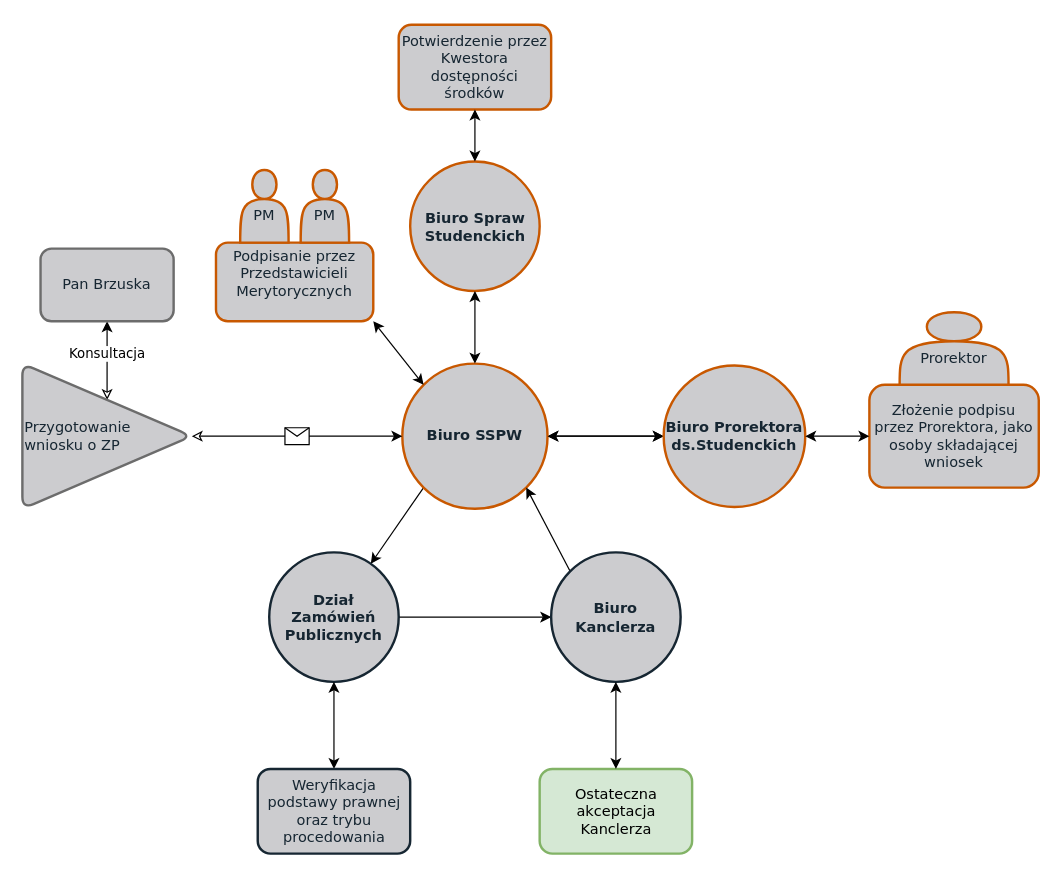
WelfareUnit/rysunki keeps this draw.io diagram as Rysunek ZP.drawio. Above is the earlier version. Source tidied: cells renumbered, new cells numbered last; positions are measured from the earlier drawing's top-left corner, leaving out a move shared by most shapes. Both pictures are drawn from the tidied source at 121%, with x=0, y=0 at pixel (22, 24).
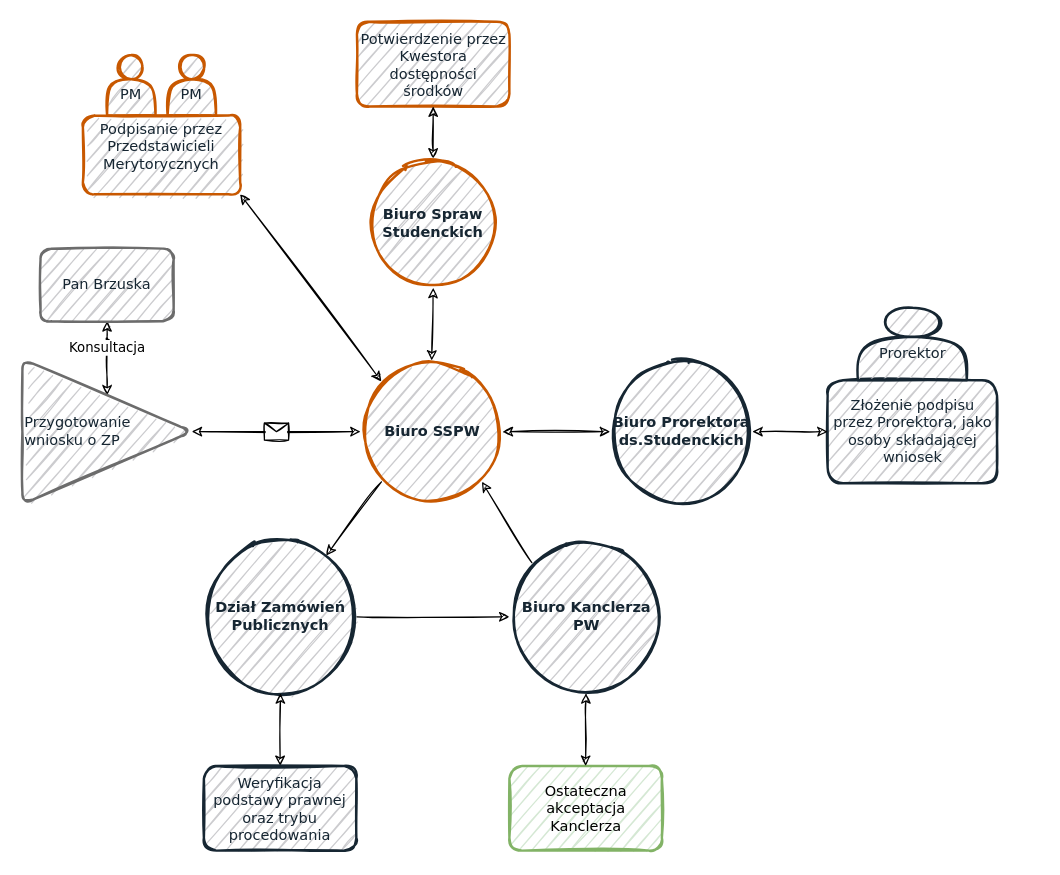
The same diagram, later.

Diff of the diagram source:
```diff
@@
-    <mxCell id="2" value="&lt;div style=&quot;font-size: 11px;&quot;&gt;Konsultacja&lt;/div&gt;" style="edgeStyle=orthogonalEdgeStyle;rounded=0;jettySize=auto;html=1;exitX=0.5;exitY=0;exitDx=0;exitDy=0;entryX=0.5;entryY=1;entryDx=0;entryDy=0;fontFamily=Verdana;startArrow=classic;startFill=0;fontSize=11;" parent="1" edge="1" source="3" target="7">
+    <mxCell id="2" value="&lt;div style=&quot;font-size: 11px;&quot;&gt;Konsultacja&lt;/div&gt;" style="edgeStyle=orthogonalEdgeStyle;jettySize=auto;html=1;exitX=0.5;exitY=0;exitDx=0;exitDy=0;entryX=0.5;entryY=1;entryDx=0;entryDy=0;fontFamily=Verdana;startArrow=classic;startFill=0;fontSize=11;sketch=1;" parent="1" edge="1" source="3" target="7">
       <mxGeometry relative="1" as="geometry" />
     </mxCell>
-    <mxCell id="3" value="Przygotowanie wniosku o ZP" style="triangle;whiteSpace=wrap;html=1;fontFamily=Verdana;align=left;strokeWidth=2;rounded=1;fillColor=#cccccf;strokeColor=#6C6C6C;fontColor=#162632;" parent="1" vertex="1">
-      <mxGeometry y="280" width="140" height="120" as="geometry" />
+    <mxCell id="3" value="Przygotowanie wniosku o ZP" style="triangle;whiteSpace=wrap;html=1;fontFamily=Verdana;align=left;strokeWidth=2;fillColor=#cccccf;strokeColor=#6C6C6C;fontColor=#162632;rounded=1;sketch=1;" parent="1" vertex="1">
+      <mxGeometry y="276.2" width="140" height="120" as="geometry" />
     </mxCell>
-    <mxCell id="4" style="edgeStyle=none;jettySize=auto;html=1;fontFamily=Verdana;fontSize=12;fontColor=#162632;startArrow=classic;" parent="1" edge="1" source="6" target="17">
-      <mxGeometry relative="1" as="geometry" />
-    </mxCell>
-    <mxCell id="5" style="edgeStyle=none;jettySize=auto;html=1;exitX=0;exitY=1;exitDx=0;exitDy=0;fontFamily=Verdana;fontSize=12;fontColor=#162632;startArrow=none;startFill=0;" parent="1" edge="1" source="6" target="22">
+    <mxCell id="5" style="edgeStyle=none;jettySize=auto;html=1;exitX=0;exitY=1;exitDx=0;exitDy=0;fontFamily=Verdana;fontSize=12;fontColor=#162632;startArrow=none;startFill=0;sketch=1;" parent="1" edge="1" source="6" target="22">
       <mxGeometry relative="1" as="geometry" />
     </mxCell>
-    <mxCell id="6" value="&lt;div style=&quot;font-size: 12px;&quot;&gt;Biuro SSPW&lt;br style=&quot;font-size: 12px;&quot;&gt;&lt;/div&gt;" style="ellipse;whiteSpace=wrap;html=1;rounded=1;fontFamily=Verdana;fontSize=12;strokeWidth=2;fillColor=#CCCCCF;align=center;strokeColor=#C85800;fontStyle=1;fontColor=#162632;" parent="1" vertex="1">
-      <mxGeometry x="314" y="280" width="120" height="120" as="geometry" />
+    <mxCell id="6" value="&lt;div style=&quot;font-size: 12px;&quot;&gt;Biuro SSPW&lt;br style=&quot;font-size: 12px;&quot;&gt;&lt;/div&gt;" style="ellipse;whiteSpace=wrap;html=1;fontFamily=Verdana;fontSize=12;strokeWidth=2;fillColor=#CCCCCF;align=center;strokeColor=#C85800;fontStyle=1;fontColor=#162632;rounded=1;sketch=1;" parent="1" vertex="1">
+      <mxGeometry x="279.5" y="277.5" width="117.5" height="117.5" as="geometry" />
     </mxCell>
-    <mxCell id="7" value="Pan Brzuska" style="rounded=1;whiteSpace=wrap;html=1;fontFamily=Verdana;fontSize=12;strokeColor=#6C6C6C;strokeWidth=2;fillColor=#CCCCCF;align=center;fontColor=#162632;" parent="1" vertex="1">
+    <mxCell id="7" value="Pan Brzuska" style="whiteSpace=wrap;html=1;fontFamily=Verdana;fontSize=12;strokeColor=#6C6C6C;strokeWidth=2;fillColor=#CCCCCF;align=center;fontColor=#162632;rounded=1;sketch=1;" parent="1" vertex="1">
       <mxGeometry x="15" y="185" width="110" height="60" as="geometry" />
     </mxCell>
-    <mxCell id="8" style="endArrow=classic;html=1;fontFamily=Verdana;fontSize=12;fontColor=#162632;exitX=1;exitY=0.5;exitDx=0;exitDy=0;entryX=0;entryY=0.5;entryDx=0;entryDy=0;startArrow=classic;startFill=0;" parent="1" edge="1" source="3" target="6">
+    <mxCell id="8" style="endArrow=classic;html=1;fontFamily=Verdana;fontSize=12;fontColor=#162632;exitX=1;exitY=0.5;exitDx=0;exitDy=0;entryX=0;entryY=0.5;entryDx=0;entryDy=0;startArrow=classic;startFill=0;sketch=1;" parent="1" edge="1" source="3" target="6">
       <mxGeometry relative="1" as="geometry" />
     </mxCell>
-    <mxCell id="9" style="shape=message;html=1;" parent="8" vertex="1">
+    <mxCell id="9" style="shape=message;html=1;rounded=1;sketch=1;" parent="8" vertex="1">
       <mxGeometry width="20" height="14" relative="1" as="geometry">
         <mxPoint x="-10" y="-7" as="offset" />
       </mxGeometry>
     </mxCell>
-    <mxCell id="10" style="endArrow=classic;startArrow=classic;html=1;fontFamily=Verdana;fontSize=12;fontColor=#162632;entryX=1;entryY=1;entryDx=0;entryDy=0;exitX=0;exitY=0;exitDx=0;exitDy=0;" parent="1" edge="1" source="6" target="11">
+    <mxCell id="10" style="endArrow=classic;startArrow=classic;html=1;fontFamily=Verdana;fontSize=12;fontColor=#162632;entryX=1;entryY=1;entryDx=0;entryDy=0;exitX=0;exitY=0;exitDx=0;exitDy=0;sketch=1;" parent="1" edge="1" source="6" target="11">
       <mxGeometry relative="1" as="geometry" />
     </mxCell>
-    <mxCell id="11" value="&#10;Podpisanie przez Przedstawicieli Merytorycznych&#10;&#10;" style="rounded=1;whiteSpace=wrap;html=1;fontFamily=Verdana;fontSize=12;fontColor=#162632;strokeWidth=2;fillColor=#CCCCCF;align=center;strokeColor=#C85800;labelPosition=center;verticalLabelPosition=middle;verticalAlign=middle;" parent="1" vertex="1">
-      <mxGeometry x="160" y="180" width="130" height="65" as="geometry" />
+    <mxCell id="11" value="&#10;Podpisanie przez Przedstawicieli Merytorycznych&#10;&#10;" style="whiteSpace=wrap;html=1;fontFamily=Verdana;fontSize=12;fontColor=#162632;strokeWidth=2;fillColor=#CCCCCF;align=center;strokeColor=#C85800;labelPosition=center;verticalLabelPosition=middle;verticalAlign=middle;rounded=1;sketch=1;" parent="1" vertex="1">
+      <mxGeometry x="50" y="75" width="130" height="65" as="geometry" />
     </mxCell>
-    <mxCell id="12" style="endArrow=classic;startArrow=classic;html=1;fontFamily=Verdana;fontSize=12;fontColor=#162632;entryX=1;entryY=0.5;entryDx=0;entryDy=0;exitX=0;exitY=0.5;exitDx=0;exitDy=0;" parent="1" edge="1" source="17" target="6">
+    <mxCell id="12" style="endArrow=classic;startArrow=classic;html=1;fontFamily=Verdana;fontSize=12;fontColor=#162632;entryX=1;entryY=0.5;entryDx=0;entryDy=0;exitX=0;exitY=0.5;exitDx=0;exitDy=0;sketch=1;" parent="1" edge="1" source="17" target="6">
       <mxGeometry relative="1" as="geometry" />
     </mxCell>
-    <mxCell id="13" value="Biuro Spraw Studenckich" style="ellipse;whiteSpace=wrap;html=1;rounded=1;fontFamily=Verdana;fontSize=12;fontColor=#162632;strokeColor=#C85800;strokeWidth=2;fillColor=#CCCCCF;align=center;fontStyle=1;" parent="1" vertex="1">
-      <mxGeometry x="320.5" y="113" width="107" height="107" as="geometry" />
+    <mxCell id="13" value="Biuro Spraw Studenckich" style="ellipse;whiteSpace=wrap;html=1;fontFamily=Verdana;fontSize=12;fontColor=#162632;strokeColor=#C85800;strokeWidth=2;fillColor=#CCCCCF;align=center;fontStyle=1;rounded=1;sketch=1;" parent="1" vertex="1">
+      <mxGeometry x="286" y="110.5" width="107" height="107" as="geometry" />
     </mxCell>
-    <mxCell id="14" style="endArrow=classic;startArrow=classic;html=1;fontFamily=Verdana;fontSize=12;fontColor=#162632;exitX=0.5;exitY=0;exitDx=0;exitDy=0;entryX=0.5;entryY=1;entryDx=0;entryDy=0;" parent="1" edge="1" source="6" target="13">
+    <mxCell id="14" style="endArrow=classic;startArrow=classic;html=1;fontFamily=Verdana;fontSize=12;fontColor=#162632;exitX=0.5;exitY=0;exitDx=0;exitDy=0;entryX=0.5;entryY=1;entryDx=0;entryDy=0;sketch=1;" parent="1" edge="1" source="6" target="13">
       <mxGeometry relative="1" as="geometry" />
     </mxCell>
-    <mxCell id="15" value="Potwierdzenie przez Kwestora dostępności środków" style="rounded=1;whiteSpace=wrap;html=1;fontFamily=Verdana;fontSize=12;fontColor=#162632;strokeColor=#C85800;strokeWidth=2;fillColor=#CCCCCF;align=center;" parent="1" vertex="1">
-      <mxGeometry x="311" width="126" height="70" as="geometry" />
+    <mxCell id="15" value="Potwierdzenie przez Kwestora dostępności środków" style="whiteSpace=wrap;html=1;fontFamily=Verdana;fontSize=12;fontColor=#162632;strokeColor=#C85800;strokeWidth=2;fillColor=#CCCCCF;align=center;rounded=1;sketch=1;" parent="1" vertex="1">
+      <mxGeometry x="276.5" y="-2.5" width="126" height="70" as="geometry" />
     </mxCell>
-    <mxCell id="16" style="endArrow=classic;startArrow=classic;html=1;fontFamily=Verdana;fontSize=12;fontColor=#162632;exitX=0.5;exitY=0;exitDx=0;exitDy=0;entryX=0.5;entryY=1;entryDx=0;entryDy=0;" parent="1" edge="1" source="13" target="15">
+    <mxCell id="16" style="endArrow=classic;startArrow=classic;html=1;fontFamily=Verdana;fontSize=12;fontColor=#162632;exitX=0.5;exitY=0;exitDx=0;exitDy=0;entryX=0.5;entryY=1;entryDx=0;entryDy=0;sketch=1;" parent="1" edge="1" source="13" target="15">
       <mxGeometry relative="1" as="geometry" />
     </mxCell>
-    <mxCell id="17" value="Biuro Prorektora ds.Studenckich" style="ellipse;whiteSpace=wrap;html=1;rounded=1;fontFamily=Verdana;fontSize=12;fontColor=#162632;strokeColor=#C85800;strokeWidth=2;fillColor=#CCCCCF;align=center;fontStyle=1;" parent="1" vertex="1">
-      <mxGeometry x="530" y="281.5" width="117" height="117" as="geometry" />
-    </mxCell>
-    <mxCell id="18" value="Złożenie podpisu przez Prorektora, jako osoby składającej wniosek" style="rounded=1;whiteSpace=wrap;html=1;fontFamily=Verdana;fontSize=12;fontColor=#162632;strokeColor=#C85800;strokeWidth=2;fillColor=#CCCCCF;align=center;" parent="1" vertex="1">
-      <mxGeometry x="700" y="297.5" width="140" height="85" as="geometry" />
+    <mxCell id="18" value="Złożenie podpisu przez Prorektora, jako osoby składającej wniosek" style="whiteSpace=wrap;html=1;fontFamily=Verdana;fontSize=12;fontColor=#162632;strokeWidth=2;fillColor=#CCCCCF;align=center;strokeColor=#162632;rounded=1;sketch=1;" parent="1" vertex="1">
+      <mxGeometry x="665.5" y="293.8" width="140" height="85" as="geometry" />
     </mxCell>
-    <mxCell id="19" style="endArrow=classic;startArrow=classic;html=1;fontFamily=Verdana;fontSize=12;fontColor=#162632;entryX=1;entryY=0.5;entryDx=0;entryDy=0;exitX=0;exitY=0.5;exitDx=0;exitDy=0;" parent="1" edge="1" source="18" target="17">
-      <mxGeometry relative="1" as="geometry" />
-    </mxCell>
-    <mxCell id="20" value="&lt;div&gt;&lt;br&gt;&lt;/div&gt;&lt;div&gt;Prorektor&lt;/div&gt;" style="shape=actor;whiteSpace=wrap;html=1;rounded=1;fontFamily=Verdana;fontSize=12;fontColor=#162632;strokeColor=#C85800;strokeWidth=2;fillColor=#CCCCCF;align=center;" parent="1" vertex="1">
-      <mxGeometry x="725" y="237.5" width="90" height="60" as="geometry" />
+    <mxCell id="20" value="&lt;div&gt;&lt;br&gt;&lt;/div&gt;&lt;div&gt;Prorektor&lt;/div&gt;" style="shape=actor;whiteSpace=wrap;html=1;fontFamily=Verdana;fontSize=12;fontColor=#162632;strokeWidth=2;fillColor=#CCCCCF;align=center;strokeColor=#162632;rounded=1;sketch=1;" parent="1" vertex="1">
+      <mxGeometry x="690.5" y="233.8" width="90" height="60" as="geometry" />
     </mxCell>
-    <mxCell id="21" style="edgeStyle=none;jettySize=auto;html=1;exitX=1;exitY=0.5;exitDx=0;exitDy=0;entryX=0;entryY=0.5;entryDx=0;entryDy=0;fontFamily=Verdana;fontSize=12;fontColor=#162632;startArrow=none;startFill=0;" parent="1" edge="1" source="22" target="24">
+    <mxCell id="21" style="edgeStyle=none;jettySize=auto;html=1;exitX=1;exitY=0.5;exitDx=0;exitDy=0;entryX=0;entryY=0.5;entryDx=0;entryDy=0;fontFamily=Verdana;fontSize=12;fontColor=#162632;startArrow=none;startFill=0;sketch=1;" parent="1" edge="1" source="22" target="31">
       <mxGeometry relative="1" as="geometry" />
     </mxCell>
-    <mxCell id="22" value="Dział Zamówień Publicznych" style="ellipse;whiteSpace=wrap;html=1;rounded=1;fontFamily=Verdana;fontSize=12;fontColor=#162632;strokeWidth=2;fillColor=#CCCCCF;align=center;fontStyle=1;strokeColor=#162632;" parent="1" vertex="1">
-      <mxGeometry x="204" y="436" width="107" height="107" as="geometry" />
+    <mxCell id="22" value="Dział Zamówień Publicznych" style="ellipse;whiteSpace=wrap;html=1;fontFamily=Verdana;fontSize=12;fontColor=#162632;strokeWidth=2;fillColor=#CCCCCF;align=center;fontStyle=1;strokeColor=#162632;rounded=1;sketch=1;" parent="1" vertex="1">
+      <mxGeometry x="150" y="426" width="126.5" height="126.5" as="geometry" />
     </mxCell>
-    <mxCell id="23" style="edgeStyle=none;jettySize=auto;html=1;exitX=0;exitY=0;exitDx=0;exitDy=0;entryX=1;entryY=1;entryDx=0;entryDy=0;fontFamily=Verdana;fontSize=12;fontColor=#162632;startArrow=none;startFill=0;" parent="1" edge="1" source="24" target="6">
+    <mxCell id="23" style="edgeStyle=none;jettySize=auto;html=1;exitX=0;exitY=0;exitDx=0;exitDy=0;entryX=1;entryY=1;entryDx=0;entryDy=0;fontFamily=Verdana;fontSize=12;fontColor=#162632;startArrow=none;startFill=0;sketch=1;" parent="1" edge="1" source="31" target="6">
       <mxGeometry relative="1" as="geometry" />
     </mxCell>
-    <mxCell id="24" value="Biuro Kanclerza" style="ellipse;whiteSpace=wrap;html=1;rounded=1;fontFamily=Verdana;fontSize=12;fontColor=#162632;strokeWidth=2;fillColor=#CCCCCF;align=center;fontStyle=1;strokeColor=#162632;" parent="1" vertex="1">
-      <mxGeometry x="437" y="436" width="107" height="107" as="geometry" />
-    </mxCell>
-    <mxCell id="25" value="&lt;div&gt;&lt;br&gt;&lt;/div&gt;&lt;div&gt;PM&lt;/div&gt;" style="shape=actor;whiteSpace=wrap;html=1;rounded=1;fontFamily=Verdana;fontSize=12;fontColor=#162632;strokeColor=#C85800;strokeWidth=2;fillColor=#CCCCCF;align=center;" parent="1" vertex="1">
-      <mxGeometry x="230" y="120" width="40" height="60" as="geometry" />
+    <mxCell id="25" value="&lt;div&gt;&lt;br&gt;&lt;/div&gt;&lt;div&gt;PM&lt;/div&gt;" style="shape=actor;whiteSpace=wrap;html=1;fontFamily=Verdana;fontSize=12;fontColor=#162632;strokeColor=#C85800;strokeWidth=2;fillColor=#CCCCCF;align=center;rounded=1;sketch=1;" parent="1" vertex="1">
+      <mxGeometry x="120" y="25" width="40" height="50" as="geometry" />
     </mxCell>
-    <mxCell id="26" value="&lt;div&gt;&lt;br&gt;&lt;/div&gt;&lt;div&gt;PM&lt;/div&gt;" style="shape=actor;whiteSpace=wrap;html=1;rounded=1;fontFamily=Verdana;fontSize=12;fontColor=#162632;strokeColor=#C85800;strokeWidth=2;fillColor=#CCCCCF;align=center;" parent="1" vertex="1">
-      <mxGeometry x="180" y="120" width="40" height="60" as="geometry" />
+    <mxCell id="26" value="&lt;div&gt;&lt;br&gt;&lt;/div&gt;&lt;div&gt;PM&lt;/div&gt;" style="shape=actor;whiteSpace=wrap;html=1;fontFamily=Verdana;fontSize=12;fontColor=#162632;strokeColor=#C85800;strokeWidth=2;fillColor=#CCCCCF;align=center;rounded=1;sketch=1;" parent="1" vertex="1">
+      <mxGeometry x="70" y="25" width="40" height="50" as="geometry" />
     </mxCell>
-    <mxCell id="27" value="Ostateczna akceptacja Kanclerza" style="rounded=1;whiteSpace=wrap;html=1;fontFamily=Verdana;fontSize=12;strokeColor=#82b366;strokeWidth=2;fillColor=#d5e8d4;align=center;" parent="1" vertex="1">
-      <mxGeometry x="427.5" y="615" width="126" height="70" as="geometry" />
+    <mxCell id="27" value="Ostateczna akceptacja Kanclerza" style="whiteSpace=wrap;html=1;fontFamily=Verdana;fontSize=12;strokeColor=#82b366;strokeWidth=2;fillColor=#d5e8d4;align=center;rounded=1;sketch=1;" parent="1" vertex="1">
+      <mxGeometry x="402.5" y="612.5" width="126" height="70" as="geometry" />
     </mxCell>
-    <mxCell id="28" style="endArrow=classic;startArrow=classic;html=1;fontFamily=Verdana;fontSize=12;fontColor=#162632;exitX=0.5;exitY=1;exitDx=0;exitDy=0;entryX=0.5;entryY=0;entryDx=0;entryDy=0;" parent="1" edge="1" source="22" target="29">
+    <mxCell id="28" style="endArrow=classic;startArrow=classic;html=1;fontFamily=Verdana;fontSize=12;fontColor=#162632;exitX=0.5;exitY=1;exitDx=0;exitDy=0;entryX=0.5;entryY=0;entryDx=0;entryDy=0;sketch=1;" parent="1" edge="1" source="22" target="29">
       <mxGeometry relative="1" as="geometry" />
     </mxCell>
-    <mxCell id="29" value="Weryfikacja podstawy prawnej oraz trybu procedowania" style="rounded=1;whiteSpace=wrap;html=1;fontFamily=Verdana;fontSize=12;fontColor=#162632;strokeWidth=2;fillColor=#CCCCCF;align=center;strokeColor=#162632;" parent="1" vertex="1">
-      <mxGeometry x="194.5" y="615" width="126" height="70" as="geometry" />
+    <mxCell id="29" value="Weryfikacja podstawy prawnej oraz trybu procedowania" style="whiteSpace=wrap;html=1;fontFamily=Verdana;fontSize=12;fontColor=#162632;strokeWidth=2;fillColor=#CCCCCF;align=center;strokeColor=#162632;rounded=1;sketch=1;" parent="1" vertex="1">
+      <mxGeometry x="150" y="612.5" width="126" height="70" as="geometry" />
     </mxCell>
-    <mxCell id="30" style="endArrow=classic;startArrow=classic;html=1;fontFamily=Verdana;fontSize=12;fontColor=#162632;exitX=0.5;exitY=1;exitDx=0;exitDy=0;entryX=0.5;entryY=0;entryDx=0;entryDy=0;" parent="1" edge="1" source="24" target="27">
+    <mxCell id="30" style="endArrow=classic;startArrow=classic;html=1;fontFamily=Verdana;fontSize=12;fontColor=#162632;entryX=0.5;entryY=0;entryDx=0;entryDy=0;exitX=0.5;exitY=1;exitDx=0;exitDy=0;sketch=1;" parent="1" edge="1" source="31" target="27">
       <mxGeometry relative="1" as="geometry" />
     </mxCell>
+    <mxCell id="31" value="&lt;div&gt;Biuro Kanclerza PW&lt;/div&gt;" style="ellipse;whiteSpace=wrap;html=1;fontFamily=Verdana;fontSize=12;fontColor=#162632;strokeWidth=2;fillColor=#CCCCCF;align=center;fontStyle=1;strokeColor=#162632;rounded=1;sketch=1;" parent="1" vertex="1">
+      <mxGeometry x="402.5" y="426" width="126.5" height="126.5" as="geometry" />
+    </mxCell>
+    <mxCell id="17" value="Biuro Prorektora ds.Studenckich" style="ellipse;whiteSpace=wrap;html=1;fontFamily=Verdana;fontSize=12;strokeWidth=2;fillColor=#CCCCCF;align=center;fontStyle=1;fontColor=#162632;strokeColor=#162632;rounded=1;sketch=1;" parent="1" vertex="1">
+      <mxGeometry x="485.8" y="277.5" width="117.5" height="117.5" as="geometry" />
+    </mxCell>
+    <mxCell id="19" style="endArrow=classic;startArrow=classic;html=1;exitX=0;exitY=0.5;exitDx=0;exitDy=0;entryX=1;entryY=0.5;entryDx=0;entryDy=0;sketch=1;" parent="1" edge="1" source="18" target="17">
+      <mxGeometry relative="1" as="geometry" />
+    </mxCell>
```
